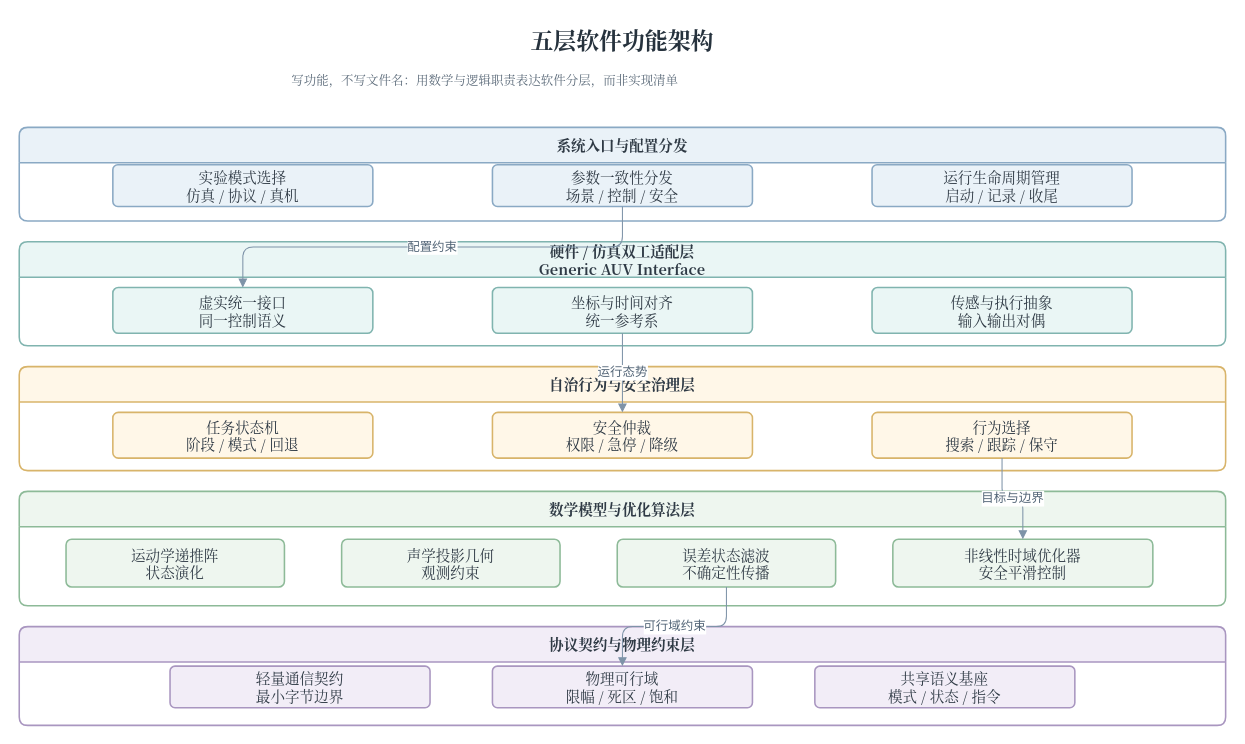
360ZMEM/AUV-Master-Project keeps this draw.io diagram as docs/thesis/figures/architecture/auv_v2_five_layer_functional_architecture.drawio. Above is the earlier version. Source tidied: cells renumbered, new cells numbered last; positions are measured from the earlier drawing's top-left corner, leaving out a move shared by most shapes. Both pictures are drawn from the tidied source at 104%, with x=0, y=0 at pixel (19, 18).
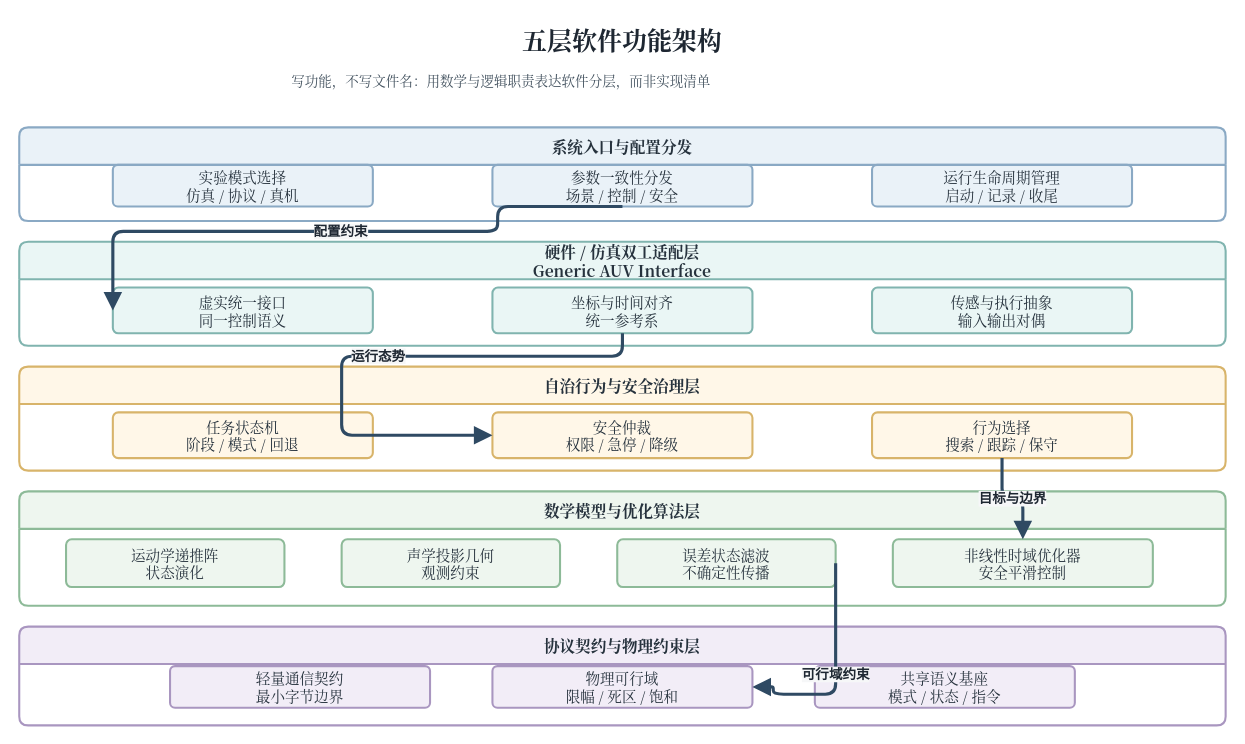
Above is the later version.

What changed in the source:
```diff
@@
-    <mxCell id="2" value="五层软件功能架构" style="text;html=1;strokeColor=none;fillColor=none;align=center;verticalAlign=middle;whiteSpace=wrap;rounded=0;fontFamily=Noto Serif CJK SC,Times New Roman;fontSize=22;fontStyle=1;fontColor=#26323D;" parent="1" vertex="1">
+    <mxCell id="2" value="五层软件功能架构" style="text;html=1;strokeColor=none;fillColor=none;align=center;verticalAlign=middle;whiteSpace=wrap;rounded=0;fontFamily=Noto Serif CJK SC,Times New Roman;fontSize=24;fontStyle=1;fontColor=#1E2732;" parent="1" vertex="1">
       <mxGeometry x="270" width="620" height="42" as="geometry" />
     </mxCell>
-    <mxCell id="3" value="写功能，不写文件名：用数学与逻辑职责表达软件分层，而非实现清单" style="text;html=1;strokeColor=none;fillColor=none;align=left;verticalAlign=top;whiteSpace=wrap;rounded=0;fontFamily=Noto Serif CJK SC,Times New Roman;fontSize=12;fontColor=#5C6B7A;" parent="1" vertex="1">
+    <mxCell id="3" value="写功能，不写文件名：用数学与逻辑职责表达软件分层，而非实现清单" style="text;html=1;strokeColor=none;fillColor=none;align=left;verticalAlign=top;whiteSpace=wrap;rounded=0;fontFamily=Noto Serif CJK SC,Times New Roman;fontSize=13;fontColor=#43525F;" parent="1" vertex="1">
       <mxGeometry x="260" y="46" width="660" height="34" as="geometry" />
     </mxCell>
-    <mxCell id="4" value="系统入口与配置分发" style="swimlane;whiteSpace=wrap;html=1;startSize=34;rounded=1;arcSize=8;fillColor=#EAF2F8;strokeColor=#8AA9C4;strokeWidth=1.5;fontFamily=Noto Serif CJK SC,Times New Roman;fontSize=14;fontColor=#2F3A45;" parent="1" vertex="1">
+    <mxCell id="4" value="系统入口与配置分发" style="swimlane;whiteSpace=wrap;html=1;startSize=36;rounded=1;arcSize=8;fillColor=#EAF2F8;strokeColor=#8AA9C4;strokeWidth=2;fontFamily=Noto Serif CJK SC,Times New Roman;fontSize=14;fontColor=#26323D;fontStyle=1;fontSize=15;" parent="1" vertex="1">
       <mxGeometry y="105" width="1160" height="90" as="geometry" />
     </mxCell>
-    <mxCell id="5" value="硬件 / 仿真双工适配层&#10;Generic AUV Interface" style="swimlane;whiteSpace=wrap;html=1;startSize=34;rounded=1;arcSize=8;fillColor=#EAF6F5;strokeColor=#80B4AF;strokeWidth=1.5;fontFamily=Noto Serif CJK SC,Times New Roman;fontSize=14;fontColor=#2F3A45;" parent="1" vertex="1">
+    <mxCell id="5" value="硬件 / 仿真双工适配层&#10;Generic AUV Interface" style="swimlane;whiteSpace=wrap;html=1;startSize=36;rounded=1;arcSize=8;fillColor=#EAF6F5;strokeColor=#80B4AF;strokeWidth=2;fontFamily=Noto Serif CJK SC,Times New Roman;fontSize=14;fontColor=#26323D;fontStyle=1;fontSize=15;" parent="1" vertex="1">
       <mxGeometry y="215" width="1160" height="100" as="geometry" />
     </mxCell>
-    <mxCell id="6" value="自治行为与安全治理层" style="swimlane;whiteSpace=wrap;html=1;startSize=34;rounded=1;arcSize=8;fillColor=#FFF7E8;strokeColor=#D8B46A;strokeWidth=1.5;fontFamily=Noto Serif CJK SC,Times New Roman;fontSize=14;fontColor=#2F3A45;" parent="1" vertex="1">
+    <mxCell id="6" value="自治行为与安全治理层" style="swimlane;whiteSpace=wrap;html=1;startSize=36;rounded=1;arcSize=8;fillColor=#FFF7E8;strokeColor=#D8B46A;strokeWidth=2;fontFamily=Noto Serif CJK SC,Times New Roman;fontSize=14;fontColor=#26323D;fontStyle=1;fontSize=15;" parent="1" vertex="1">
       <mxGeometry y="335" width="1160" height="100" as="geometry" />
     </mxCell>
-    <mxCell id="7" value="数学模型与优化算法层" style="swimlane;whiteSpace=wrap;html=1;startSize=34;rounded=1;arcSize=8;fillColor=#EEF6EF;strokeColor=#8DBA98;strokeWidth=1.5;fontFamily=Noto Serif CJK SC,Times New Roman;fontSize=14;fontColor=#2F3A45;" parent="1" vertex="1">
+    <mxCell id="7" value="数学模型与优化算法层" style="swimlane;whiteSpace=wrap;html=1;startSize=36;rounded=1;arcSize=8;fillColor=#EEF6EF;strokeColor=#8DBA98;strokeWidth=2;fontFamily=Noto Serif CJK SC,Times New Roman;fontSize=14;fontColor=#26323D;fontStyle=1;fontSize=15;" parent="1" vertex="1">
       <mxGeometry y="455" width="1160" height="110" as="geometry" />
     </mxCell>
-    <mxCell id="8" value="协议契约与物理约束层" style="swimlane;whiteSpace=wrap;html=1;startSize=34;rounded=1;arcSize=8;fillColor=#F2EDF7;strokeColor=#A996C0;strokeWidth=1.5;fontFamily=Noto Serif CJK SC,Times New Roman;fontSize=14;fontColor=#2F3A45;" parent="1" vertex="1">
+    <mxCell id="8" value="协议契约与物理约束层" style="swimlane;whiteSpace=wrap;html=1;startSize=36;rounded=1;arcSize=8;fillColor=#F2EDF7;strokeColor=#A996C0;strokeWidth=2;fontFamily=Noto Serif CJK SC,Times New Roman;fontSize=14;fontColor=#26323D;fontStyle=1;fontSize=15;" parent="1" vertex="1">
       <mxGeometry y="585" width="1160" height="95" as="geometry" />
     </mxCell>
-    <mxCell id="9" value="实验模式选择&#10;仿真 / 协议 / 真机" style="rounded=1;whiteSpace=wrap;html=1;arcSize=12;fillColor=#EAF2F8;strokeColor=#8AA9C4;strokeWidth=1.5;spacing=8;fontFamily=Noto Serif CJK SC,Times New Roman;fontSize=14;fontColor=#2F3A45;" parent="4" vertex="1">
+    <mxCell id="9" value="实验模式选择&#10;仿真 / 协议 / 真机" style="rounded=1;whiteSpace=wrap;html=1;arcSize=12;fillColor=#EAF2F8;strokeColor=#8AA9C4;strokeWidth=2;spacing=8;shadow=0;fontFamily=Noto Serif CJK SC,Times New Roman;fontSize=14;fontColor=#26323D;" parent="4" vertex="1">
       <mxGeometry x="90" y="36" width="250" height="40" as="geometry" />
     </mxCell>
-    <mxCell id="10" value="参数一致性分发&#10;场景 / 控制 / 安全" style="rounded=1;whiteSpace=wrap;html=1;arcSize=12;fillColor=#EAF2F8;strokeColor=#8AA9C4;strokeWidth=1.5;spacing=8;fontFamily=Noto Serif CJK SC,Times New Roman;fontSize=14;fontColor=#2F3A45;" parent="4" vertex="1">
+    <mxCell id="10" value="参数一致性分发&#10;场景 / 控制 / 安全" style="rounded=1;whiteSpace=wrap;html=1;arcSize=12;fillColor=#EAF2F8;strokeColor=#8AA9C4;strokeWidth=2;spacing=8;shadow=0;fontFamily=Noto Serif CJK SC,Times New Roman;fontSize=14;fontColor=#26323D;" parent="4" vertex="1">
       <mxGeometry x="455" y="36" width="250" height="40" as="geometry" />
     </mxCell>
-    <mxCell id="11" value="运行生命周期管理&#10;启动 / 记录 / 收尾" style="rounded=1;whiteSpace=wrap;html=1;arcSize=12;fillColor=#EAF2F8;strokeColor=#8AA9C4;strokeWidth=1.5;spacing=8;fontFamily=Noto Serif CJK SC,Times New Roman;fontSize=14;fontColor=#2F3A45;" parent="4" vertex="1">
+    <mxCell id="11" value="运行生命周期管理&#10;启动 / 记录 / 收尾" style="rounded=1;whiteSpace=wrap;html=1;arcSize=12;fillColor=#EAF2F8;strokeColor=#8AA9C4;strokeWidth=2;spacing=8;shadow=0;fontFamily=Noto Serif CJK SC,Times New Roman;fontSize=14;fontColor=#26323D;" parent="4" vertex="1">
       <mxGeometry x="820" y="36" width="250" height="40" as="geometry" />
     </mxCell>
-    <mxCell id="12" value="虚实统一接口&#10;同一控制语义" style="rounded=1;whiteSpace=wrap;html=1;arcSize=12;fillColor=#EAF6F5;strokeColor=#80B4AF;strokeWidth=1.5;spacing=8;fontFamily=Noto Serif CJK SC,Times New Roman;fontSize=14;fontColor=#2F3A45;" parent="5" vertex="1">
+    <mxCell id="12" value="虚实统一接口&#10;同一控制语义" style="rounded=1;whiteSpace=wrap;html=1;arcSize=12;fillColor=#EAF6F5;strokeColor=#80B4AF;strokeWidth=2;spacing=8;shadow=0;fontFamily=Noto Serif CJK SC,Times New Roman;fontSize=14;fontColor=#26323D;" parent="5" vertex="1">
       <mxGeometry x="90" y="44" width="250" height="44" as="geometry" />
     </mxCell>
-    <mxCell id="13" value="坐标与时间对齐&#10;统一参考系" style="rounded=1;whiteSpace=wrap;html=1;arcSize=12;fillColor=#EAF6F5;strokeColor=#80B4AF;strokeWidth=1.5;spacing=8;fontFamily=Noto Serif CJK SC,Times New Roman;fontSize=14;fontColor=#2F3A45;" parent="5" vertex="1">
+    <mxCell id="13" value="坐标与时间对齐&#10;统一参考系" style="rounded=1;whiteSpace=wrap;html=1;arcSize=12;fillColor=#EAF6F5;strokeColor=#80B4AF;strokeWidth=2;spacing=8;shadow=0;fontFamily=Noto Serif CJK SC,Times New Roman;fontSize=14;fontColor=#26323D;" parent="5" vertex="1">
       <mxGeometry x="455" y="44" width="250" height="44" as="geometry" />
     </mxCell>
-    <mxCell id="14" value="传感与执行抽象&#10;输入输出对偶" style="rounded=1;whiteSpace=wrap;html=1;arcSize=12;fillColor=#EAF6F5;strokeColor=#80B4AF;strokeWidth=1.5;spacing=8;fontFamily=Noto Serif CJK SC,Times New Roman;fontSize=14;fontColor=#2F3A45;" parent="5" vertex="1">
+    <mxCell id="14" value="传感与执行抽象&#10;输入输出对偶" style="rounded=1;whiteSpace=wrap;html=1;arcSize=12;fillColor=#EAF6F5;strokeColor=#80B4AF;strokeWidth=2;spacing=8;shadow=0;fontFamily=Noto Serif CJK SC,Times New Roman;fontSize=14;fontColor=#26323D;" parent="5" vertex="1">
       <mxGeometry x="820" y="44" width="250" height="44" as="geometry" />
     </mxCell>
-    <mxCell id="15" value="任务状态机&#10;阶段 / 模式 / 回退" style="rounded=1;whiteSpace=wrap;html=1;arcSize=12;fillColor=#FFF7E8;strokeColor=#D8B46A;strokeWidth=1.5;spacing=8;fontFamily=Noto Serif CJK SC,Times New Roman;fontSize=14;fontColor=#2F3A45;" parent="6" vertex="1">
+    <mxCell id="15" value="任务状态机&#10;阶段 / 模式 / 回退" style="rounded=1;whiteSpace=wrap;html=1;arcSize=12;fillColor=#FFF7E8;strokeColor=#D8B46A;strokeWidth=2;spacing=8;shadow=0;fontFamily=Noto Serif CJK SC,Times New Roman;fontSize=14;fontColor=#26323D;" parent="6" vertex="1">
       <mxGeometry x="90" y="44" width="250" height="44" as="geometry" />
     </mxCell>
-    <mxCell id="16" value="安全仲裁&#10;权限 / 急停 / 降级" style="rounded=1;whiteSpace=wrap;html=1;arcSize=12;fillColor=#FFF7E8;strokeColor=#D8B46A;strokeWidth=1.5;spacing=8;fontFamily=Noto Serif CJK SC,Times New Roman;fontSize=14;fontColor=#2F3A45;" parent="6" vertex="1">
+    <mxCell id="16" value="安全仲裁&#10;权限 / 急停 / 降级" style="rounded=1;whiteSpace=wrap;html=1;arcSize=12;fillColor=#FFF7E8;strokeColor=#D8B46A;strokeWidth=2;spacing=8;shadow=0;fontFamily=Noto Serif CJK SC,Times New Roman;fontSize=14;fontColor=#26323D;" parent="6" vertex="1">
       <mxGeometry x="455" y="44" width="250" height="44" as="geometry" />
     </mxCell>
-    <mxCell id="17" value="行为选择&#10;搜索 / 跟踪 / 保守" style="rounded=1;whiteSpace=wrap;html=1;arcSize=12;fillColor=#FFF7E8;strokeColor=#D8B46A;strokeWidth=1.5;spacing=8;fontFamily=Noto Serif CJK SC,Times New Roman;fontSize=14;fontColor=#2F3A45;" parent="6" vertex="1">
+    <mxCell id="17" value="行为选择&#10;搜索 / 跟踪 / 保守" style="rounded=1;whiteSpace=wrap;html=1;arcSize=12;fillColor=#FFF7E8;strokeColor=#D8B46A;strokeWidth=2;spacing=8;shadow=0;fontFamily=Noto Serif CJK SC,Times New Roman;fontSize=14;fontColor=#26323D;" parent="6" vertex="1">
       <mxGeometry x="820" y="44" width="250" height="44" as="geometry" />
     </mxCell>
-    <mxCell id="18" value="运动学递推阵&#10;状态演化" style="rounded=1;whiteSpace=wrap;html=1;arcSize=12;fillColor=#EEF6EF;strokeColor=#8DBA98;strokeWidth=1.5;spacing=8;fontFamily=Noto Serif CJK SC,Times New Roman;fontSize=14;fontColor=#2F3A45;" parent="7" vertex="1">
+    <mxCell id="18" value="运动学递推阵&#10;状态演化" style="rounded=1;whiteSpace=wrap;html=1;arcSize=12;fillColor=#EEF6EF;strokeColor=#8DBA98;strokeWidth=2;spacing=8;shadow=0;fontFamily=Noto Serif CJK SC,Times New Roman;fontSize=14;fontColor=#26323D;" parent="7" vertex="1">
       <mxGeometry x="45" y="46" width="210" height="46" as="geometry" />
     </mxCell>
-    <mxCell id="19" value="声学投影几何&#10;观测约束" style="rounded=1;whiteSpace=wrap;html=1;arcSize=12;fillColor=#EEF6EF;strokeColor=#8DBA98;strokeWidth=1.5;spacing=8;fontFamily=Noto Serif CJK SC,Times New Roman;fontSize=14;fontColor=#2F3A45;" parent="7" vertex="1">
+    <mxCell id="19" value="声学投影几何&#10;观测约束" style="rounded=1;whiteSpace=wrap;html=1;arcSize=12;fillColor=#EEF6EF;strokeColor=#8DBA98;strokeWidth=2;spacing=8;shadow=0;fontFamily=Noto Serif CJK SC,Times New Roman;fontSize=14;fontColor=#26323D;" parent="7" vertex="1">
       <mxGeometry x="310" y="46" width="210" height="46" as="geometry" />
     </mxCell>
-    <mxCell id="20" value="误差状态滤波&#10;不确定性传播" style="rounded=1;whiteSpace=wrap;html=1;arcSize=12;fillColor=#EEF6EF;strokeColor=#8DBA98;strokeWidth=1.5;spacing=8;fontFamily=Noto Serif CJK SC,Times New Roman;fontSize=14;fontColor=#2F3A45;" parent="7" vertex="1">
+    <mxCell id="20" value="误差状态滤波&#10;不确定性传播" style="rounded=1;whiteSpace=wrap;html=1;arcSize=12;fillColor=#EEF6EF;strokeColor=#8DBA98;strokeWidth=2;spacing=8;shadow=0;fontFamily=Noto Serif CJK SC,Times New Roman;fontSize=14;fontColor=#26323D;" parent="7" vertex="1">
       <mxGeometry x="575" y="46" width="210" height="46" as="geometry" />
     </mxCell>
-    <mxCell id="21" value="非线性时域优化器&#10;安全平滑控制" style="rounded=1;whiteSpace=wrap;html=1;arcSize=12;fillColor=#EEF6EF;strokeColor=#8DBA98;strokeWidth=1.5;spacing=8;fontFamily=Noto Serif CJK SC,Times New Roman;fontSize=14;fontColor=#2F3A45;" parent="7" vertex="1">
+    <mxCell id="21" value="非线性时域优化器&#10;安全平滑控制" style="rounded=1;whiteSpace=wrap;html=1;arcSize=12;fillColor=#EEF6EF;strokeColor=#8DBA98;strokeWidth=2;spacing=8;shadow=0;fontFamily=Noto Serif CJK SC,Times New Roman;fontSize=14;fontColor=#26323D;" parent="7" vertex="1">
       <mxGeometry x="840" y="46" width="250" height="46" as="geometry" />
     </mxCell>
-    <mxCell id="22" value="轻量通信契约&#10;最小字节边界" style="rounded=1;whiteSpace=wrap;html=1;arcSize=12;fillColor=#F2EDF7;strokeColor=#A996C0;strokeWidth=1.5;spacing=8;fontFamily=Noto Serif CJK SC,Times New Roman;fontSize=14;fontColor=#2F3A45;" parent="8" vertex="1">
+    <mxCell id="22" value="轻量通信契约&#10;最小字节边界" style="rounded=1;whiteSpace=wrap;html=1;arcSize=12;fillColor=#F2EDF7;strokeColor=#A996C0;strokeWidth=2;spacing=8;shadow=0;fontFamily=Noto Serif CJK SC,Times New Roman;fontSize=14;fontColor=#26323D;" parent="8" vertex="1">
       <mxGeometry x="145" y="38" width="250" height="40" as="geometry" />
     </mxCell>
-    <mxCell id="23" value="物理可行域&#10;限幅 / 死区 / 饱和" style="rounded=1;whiteSpace=wrap;html=1;arcSize=12;fillColor=#F2EDF7;strokeColor=#A996C0;strokeWidth=1.5;spacing=8;fontFamily=Noto Serif CJK SC,Times New Roman;fontSize=14;fontColor=#2F3A45;" parent="8" vertex="1">
+    <mxCell id="23" value="物理可行域&#10;限幅 / 死区 / 饱和" style="rounded=1;whiteSpace=wrap;html=1;arcSize=12;fillColor=#F2EDF7;strokeColor=#A996C0;strokeWidth=2;spacing=8;shadow=0;fontFamily=Noto Serif CJK SC,Times New Roman;fontSize=14;fontColor=#26323D;" parent="8" vertex="1">
       <mxGeometry x="455" y="38" width="250" height="40" as="geometry" />
     </mxCell>
-    <mxCell id="24" value="共享语义基座&#10;模式 / 状态 / 指令" style="rounded=1;whiteSpace=wrap;html=1;arcSize=12;fillColor=#F2EDF7;strokeColor=#A996C0;strokeWidth=1.5;spacing=8;fontFamily=Noto Serif CJK SC,Times New Roman;fontSize=14;fontColor=#2F3A45;" parent="8" vertex="1">
+    <mxCell id="24" value="共享语义基座&#10;模式 / 状态 / 指令" style="rounded=1;whiteSpace=wrap;html=1;arcSize=12;fillColor=#F2EDF7;strokeColor=#A996C0;strokeWidth=2;spacing=8;shadow=0;fontFamily=Noto Serif CJK SC,Times New Roman;fontSize=14;fontColor=#26323D;" parent="8" vertex="1">
       <mxGeometry x="765" y="38" width="250" height="40" as="geometry" />
     </mxCell>
-    <mxCell id="25" value="配置约束" style="edgeStyle=orthogonalEdgeStyle;rounded=1;jettySize=auto;html=1;strokeColor=#7E93A8;fontColor=#536577;fontSize=12;endArrow=block;endFill=1;exitX=0.5;exitY=1;entryX=0.5;entryY=0;" parent="1" edge="1" source="10" target="12">
-      <mxGeometry relative="1" as="geometry" />
+    <mxCell id="25" value="配置约束" style="edgeStyle=orthogonalEdgeStyle;rounded=1;jettySize=auto;html=1;strokeColor=#2F4A63;fontColor=#1E2732;fontSize=13;fontStyle=1;strokeWidth=3;labelBackgroundColor=#F6F7F8;labelBorderColor=none;endArrow=block;endFill=1;endSize=10;exitX=0.5;exitY=1;entryX=0;entryY=0.5;" parent="1" edge="1" source="10" target="12">
+      <mxGeometry relative="1" as="geometry">
+        <Array as="points">
+          <mxPoint x="460" y="205" />
+          <mxPoint x="90" y="205" />
+        </Array>
+      </mxGeometry>
     </mxCell>
-    <mxCell id="26" value="运行态势" style="edgeStyle=orthogonalEdgeStyle;rounded=1;jettySize=auto;html=1;strokeColor=#7E93A8;fontColor=#536577;fontSize=12;endArrow=block;endFill=1;exitX=0.5;exitY=1;entryX=0.5;entryY=0;" parent="1" edge="1" source="13" target="16">
-      <mxGeometry relative="1" as="geometry" />
+    <mxCell id="26" value="运行态势" style="edgeStyle=orthogonalEdgeStyle;rounded=1;jettySize=auto;html=1;strokeColor=#2F4A63;fontColor=#1E2732;fontSize=13;fontStyle=1;strokeWidth=3;labelBackgroundColor=#F6F7F8;labelBorderColor=none;endArrow=block;endFill=1;endSize=10;exitX=0.5;exitY=1;entryX=0;entryY=0.5;" parent="1" edge="1" source="13" target="16">
+      <mxGeometry relative="1" as="geometry">
+        <Array as="points">
+          <mxPoint x="460" y="325" />
+          <mxPoint x="310" y="325" />
+          <mxPoint x="310" y="400" />
+        </Array>
+      </mxGeometry>
     </mxCell>
-    <mxCell id="27" value="目标与边界" style="edgeStyle=orthogonalEdgeStyle;rounded=1;jettySize=auto;html=1;strokeColor=#7E93A8;fontColor=#536577;fontSize=12;endArrow=block;endFill=1;exitX=0.5;exitY=1;entryX=0.5;entryY=0;" parent="1" edge="1" source="17" target="21">
+    <mxCell id="27" value="目标与边界" style="edgeStyle=orthogonalEdgeStyle;rounded=1;jettySize=auto;html=1;strokeColor=#2F4A63;fontColor=#1E2732;fontSize=13;fontStyle=1;strokeWidth=3;labelBackgroundColor=#F6F7F8;labelBorderColor=none;endArrow=block;endFill=1;endSize=10;exitX=0.5;exitY=1;entryX=0.5;entryY=0;" parent="1" edge="1" source="17" target="21">
       <mxGeometry relative="1" as="geometry" />
     </mxCell>
-    <mxCell id="28" value="可行域约束" style="edgeStyle=orthogonalEdgeStyle;rounded=1;jettySize=auto;html=1;strokeColor=#7E93A8;fontColor=#536577;fontSize=12;endArrow=block;endFill=1;exitX=0.5;exitY=1;entryX=0.5;entryY=0;" parent="1" edge="1" source="20" target="23">
-      <mxGeometry relative="1" as="geometry" />
+    <mxCell id="28" value="可行域约束" style="edgeStyle=orthogonalEdgeStyle;rounded=1;jettySize=auto;html=1;strokeColor=#2F4A63;fontColor=#1E2732;fontSize=13;fontStyle=1;strokeWidth=3;labelBackgroundColor=#F6F7F8;labelBorderColor=none;endArrow=block;endFill=1;endSize=10;exitX=1;exitY=0.5;entryX=1;entryY=0.5;" parent="1" edge="1" source="20" target="23">
+      <mxGeometry relative="1" as="geometry">
+        <Array as="points">
+          <mxPoint x="725" y="650" />
+        </Array>
+      </mxGeometry>
     </mxCell>
```
